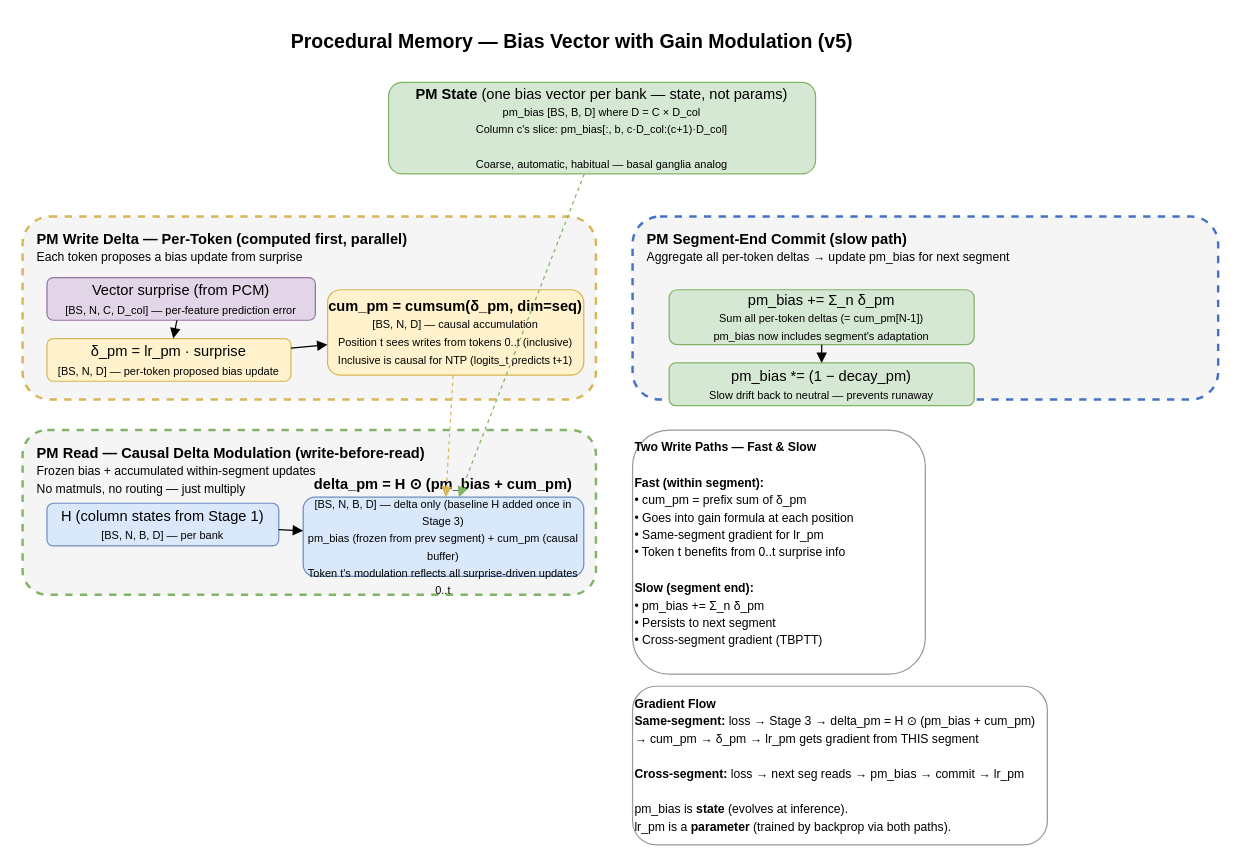
The draw.io diagram docs/diagrams/pm_workflow.drawio in alxdofficial/neuromorphic, before the edit. Source tidied: cells renumbered, new cells numbered last; positions are measured from the earlier drawing's top-left corner, leaving out a move shared by most shapes. Both pictures are drawn from the tidied source at 122%, with x=0, y=0 at pixel (22, 21).
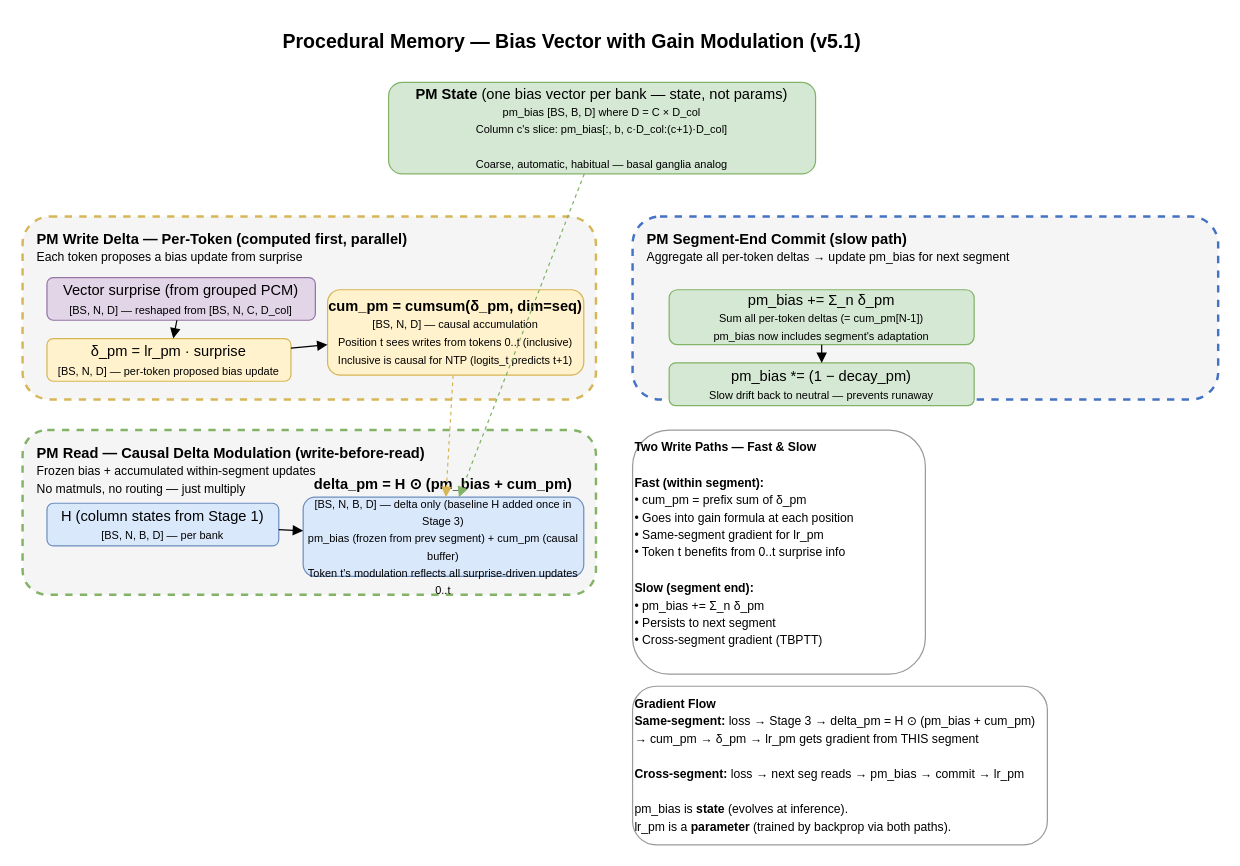
The same diagram, later.

Diff of the diagram source:
```diff
@@
-    <mxCell id="2" value="&lt;b&gt;Procedural Memory — Bias Vector with Gain Modulation (v5)&lt;/b&gt;" style="text;html=1;align=center;fontSize=16;" parent="1" vertex="1">
+    <mxCell id="2" value="&lt;b&gt;Procedural Memory — Bias Vector with Gain Modulation (v5.1)&lt;/b&gt;" style="text;html=1;align=center;fontSize=16;" parent="1" vertex="1">
       <mxGeometry x="200" width="500" height="30" as="geometry" />
     </mxCell>
@@
-    <mxCell id="6" value="Vector surprise (from PCM)&lt;br&gt;&lt;font style=&quot;font-size:9px&quot;&gt;[BS, N, C, D_col] — per-feature prediction error&lt;/font&gt;" style="rounded=1;whiteSpace=wrap;html=1;fillColor=#e1d5e7;strokeColor=#9673a6;" parent="1" vertex="1">
+    <mxCell id="6" value="Vector surprise (from grouped PCM)&lt;br&gt;&lt;font style=&quot;font-size:9px&quot;&gt;[BS, N, D] — reshaped from [BS, N, C, D_col]&lt;/font&gt;" style="rounded=1;whiteSpace=wrap;html=1;fillColor=#e1d5e7;strokeColor=#9673a6;" parent="1" vertex="1">
       <mxGeometry x="20" y="210" width="220" height="35" as="geometry" />
     </mxCell>
```
